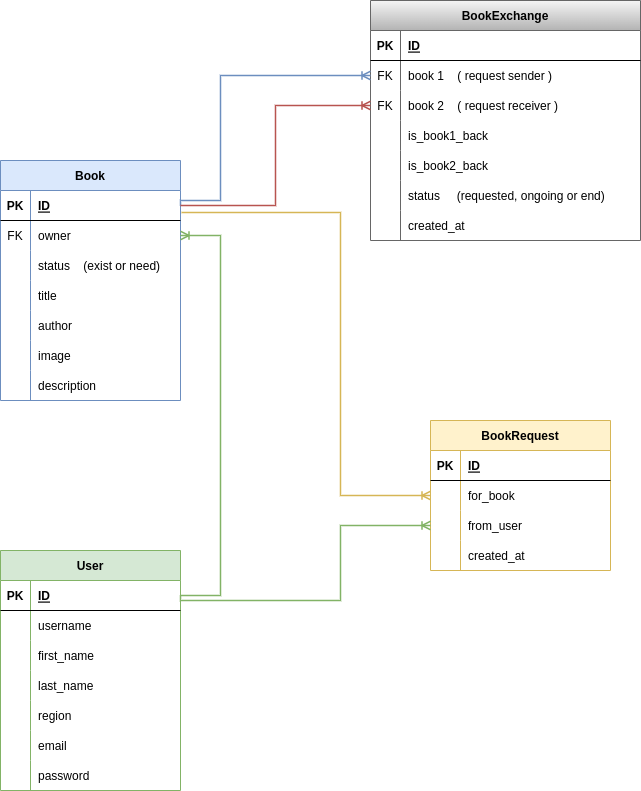
Above: Book_Exchange.drawio.png in sobirjonovme/book_exchange_api (draw.io), before the change. Source tidied: cells renumbered, new cells last; positions are measured from the earlier drawing's top-left corner, leaving out a move shared by most shapes.
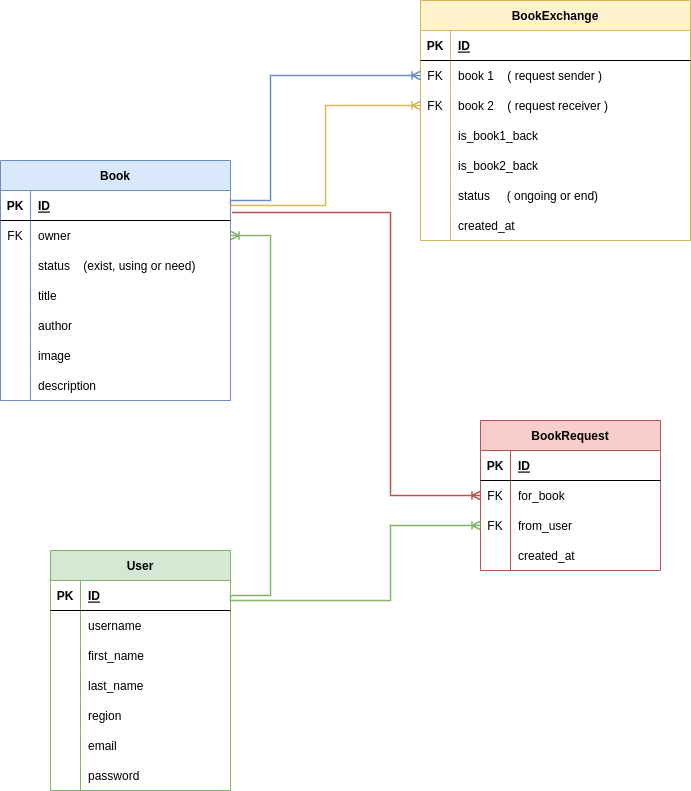
After the commit.

The edit, as a diff of the source:
```diff
@@ -69,70 +69,70 @@
       <mxGeometry x="30" width="150" height="30" as="geometry" />
     </mxCell>
     <mxCell id="24" value="Book" style="shape=table;startSize=30;rowLines=0;fontStyle=1;align=center;fillColor=#dae8fc;strokeColor=#6c8ebf;" parent="1" vertex="1">
-      <mxGeometry y="160" width="180" height="240" as="geometry" />
+      <mxGeometry x="-50" y="160" width="230" height="240" as="geometry" />
     </mxCell>
     <mxCell id="25" style="shape=tableRow;horizontal=0;startSize=0;swimlaneHead=0;swimlaneBody=0;fillColor=none;points=[[0,0.5],[1,0.5]];portConstraint=eastwest;top=0;left=0;right=0;bottom=1;" parent="24" vertex="1">
-      <mxGeometry y="30" width="180" height="30" as="geometry" />
+      <mxGeometry y="30" width="230" height="30" as="geometry" />
     </mxCell>
     <mxCell id="26" value="PK" style="shape=partialRectangle;fillColor=none;top=0;left=0;bottom=0;right=0;fontStyle=1;overflow=hidden;" parent="25" vertex="1">
       <mxGeometry width="30" height="30" as="geometry" />
     </mxCell>
     <mxCell id="27" value="ID" style="shape=partialRectangle;fillColor=none;top=0;left=0;bottom=0;right=0;align=left;spacingLeft=6;fontStyle=5;overflow=hidden;" parent="25" vertex="1">
-      <mxGeometry x="30" width="150" height="30" as="geometry" />
+      <mxGeometry x="30" width="200" height="30" as="geometry" />
     </mxCell>
     <mxCell id="28" style="shape=tableRow;horizontal=0;startSize=0;swimlaneHead=0;swimlaneBody=0;fillColor=none;points=[[0,0.5],[1,0.5]];portConstraint=eastwest;top=0;left=0;right=0;bottom=0;" parent="24" vertex="1">
-      <mxGeometry y="60" width="180" height="30" as="geometry" />
+      <mxGeometry y="60" width="230" height="30" as="geometry" />
     </mxCell>
     <mxCell id="29" value="FK" style="shape=partialRectangle;fillColor=none;top=0;left=0;bottom=0;right=0;overflow=hidden;" parent="28" vertex="1">
       <mxGeometry width="30" height="30" as="geometry" />
     </mxCell>
     <mxCell id="30" value="owner" style="shape=partialRectangle;fillColor=none;top=0;left=0;bottom=0;right=0;align=left;spacingLeft=6;overflow=hidden;" parent="28" vertex="1">
-      <mxGeometry x="30" width="150" height="30" as="geometry" />
+      <mxGeometry x="30" width="200" height="30" as="geometry" />
     </mxCell>
     <mxCell id="31" style="shape=tableRow;horizontal=0;startSize=0;swimlaneHead=0;swimlaneBody=0;fillColor=none;top=0;left=0;right=0;bottom=0;" parent="24" vertex="1">
-      <mxGeometry y="90" width="180" height="30" as="geometry" />
+      <mxGeometry y="90" width="230" height="30" as="geometry" />
     </mxCell>
     <mxCell id="32" style="shape=partialRectangle;fillColor=none;top=0;left=0;bottom=0;right=0;overflow=hidden;" parent="31" vertex="1">
       <mxGeometry width="30" height="30" as="geometry" />
     </mxCell>
-    <mxCell id="33" value="status    (exist or need)" style="shape=partialRectangle;fillColor=none;top=0;left=0;bottom=0;right=0;align=left;spacingLeft=6;overflow=hidden;" parent="31" vertex="1">
-      <mxGeometry x="30" width="150" height="30" as="geometry" />
+    <mxCell id="33" value="status    (exist, using or need)" style="shape=partialRectangle;fillColor=none;top=0;left=0;bottom=0;right=0;align=left;spacingLeft=6;overflow=hidden;" parent="31" vertex="1">
+      <mxGeometry x="30" width="200" height="30" as="geometry" />
     </mxCell>
     <mxCell id="34" style="shape=tableRow;horizontal=0;startSize=0;swimlaneHead=0;swimlaneBody=0;fillColor=none;top=0;left=0;right=0;bottom=0;" parent="24" vertex="1">
-      <mxGeometry y="120" width="180" height="30" as="geometry" />
+      <mxGeometry y="120" width="230" height="30" as="geometry" />
     </mxCell>
     <mxCell id="35" style="shape=partialRectangle;fillColor=none;top=0;left=0;bottom=0;right=0;overflow=hidden;" parent="34" vertex="1">
       <mxGeometry width="30" height="30" as="geometry" />
     </mxCell>
     <mxCell id="36" value="title" style="shape=partialRectangle;fillColor=none;top=0;left=0;bottom=0;right=0;align=left;spacingLeft=6;overflow=hidden;" parent="34" vertex="1">
-      <mxGeometry x="30" width="150" height="30" as="geometry" />
+      <mxGeometry x="30" width="200" height="30" as="geometry" />
     </mxCell>
     <mxCell id="37" style="shape=tableRow;horizontal=0;startSize=0;swimlaneHead=0;swimlaneBody=0;fillColor=none;top=0;left=0;right=0;bottom=0;" parent="24" vertex="1">
-      <mxGeometry y="150" width="180" height="30" as="geometry" />
+      <mxGeometry y="150" width="230" height="30" as="geometry" />
     </mxCell>
     <mxCell id="38" style="shape=partialRectangle;fillColor=none;top=0;left=0;bottom=0;right=0;overflow=hidden;" parent="37" vertex="1">
       <mxGeometry width="30" height="30" as="geometry" />
     </mxCell>
     <mxCell id="39" value="author" style="shape=partialRectangle;fillColor=none;top=0;left=0;bottom=0;right=0;align=left;spacingLeft=6;overflow=hidden;" parent="37" vertex="1">
-      <mxGeometry x="30" width="150" height="30" as="geometry" />
+      <mxGeometry x="30" width="200" height="30" as="geometry" />
     </mxCell>
     <mxCell id="40" style="shape=tableRow;horizontal=0;startSize=0;swimlaneHead=0;swimlaneBody=0;fillColor=none;top=0;left=0;right=0;bottom=0;" parent="24" vertex="1">
-      <mxGeometry y="180" width="180" height="30" as="geometry" />
+      <mxGeometry y="180" width="230" height="30" as="geometry" />
     </mxCell>
     <mxCell id="41" style="shape=partialRectangle;fillColor=none;top=0;left=0;bottom=0;right=0;overflow=hidden;" parent="40" vertex="1">
       <mxGeometry width="30" height="30" as="geometry" />
     </mxCell>
     <mxCell id="42" value="image" style="shape=partialRectangle;fillColor=none;top=0;left=0;bottom=0;right=0;align=left;spacingLeft=6;overflow=hidden;" parent="40" vertex="1">
-      <mxGeometry x="30" width="150" height="30" as="geometry" />
+      <mxGeometry x="30" width="200" height="30" as="geometry" />
     </mxCell>
     <mxCell id="43" style="shape=tableRow;horizontal=0;startSize=0;swimlaneHead=0;swimlaneBody=0;fillColor=none;top=0;left=0;right=0;bottom=0;" parent="24" vertex="1">
-      <mxGeometry y="210" width="180" height="30" as="geometry" />
+      <mxGeometry y="210" width="230" height="30" as="geometry" />
     </mxCell>
     <mxCell id="44" style="shape=partialRectangle;fillColor=none;top=0;left=0;bottom=0;right=0;overflow=hidden;" parent="43" vertex="1">
       <mxGeometry width="30" height="30" as="geometry" />
     </mxCell>
     <mxCell id="45" value="description" style="shape=partialRectangle;fillColor=none;top=0;left=0;bottom=0;right=0;align=left;spacingLeft=6;overflow=hidden;" parent="43" vertex="1">
-      <mxGeometry x="30" width="150" height="30" as="geometry" />
+      <mxGeometry x="30" width="200" height="30" as="geometry" />
     </mxCell>
     <mxCell id="46" style="fontSize=12;html=1;endArrow=ERoneToMany;rounded=0;exitX=1;exitY=0.5;exitDx=0;exitDy=0;fillColor=#d5e8d4;strokeColor=#82b366;strokeWidth=1.5;entryX=1;entryY=0.5;entryDx=0;entryDy=0;edgeStyle=orthogonalEdgeStyle;" parent="1" edge="1" source="3" target="28">
       <mxGeometry relative="1" as="geometry">
@@ -142,7 +142,7 @@
         </Array>
       </mxGeometry>
     </mxCell>
-    <mxCell id="47" value="BookExchange" style="shape=table;startSize=30;rowLines=0;fontStyle=1;align=center;fillColor=#f5f5f5;gradientColor=#b3b3b3;strokeColor=#666666;" parent="1" vertex="1">
+    <mxCell id="47" value="BookExchange" style="shape=table;startSize=30;rowLines=0;fontStyle=1;align=center;fillColor=#fff2cc;strokeColor=#d6b656;" parent="1" vertex="1">
       <mxGeometry x="370" width="270" height="240" as="geometry" />
     </mxCell>
     <mxCell id="48" style="shape=tableRow;horizontal=0;startSize=0;swimlaneHead=0;swimlaneBody=0;fillColor=none;top=0;left=0;right=0;bottom=1;" parent="47" vertex="1">
@@ -196,7 +196,7 @@
     <mxCell id="64" style="shape=partialRectangle;fillColor=none;top=0;left=0;bottom=0;right=0;overflow=hidden;" parent="63" vertex="1">
       <mxGeometry width="30" height="30" as="geometry" />
     </mxCell>
-    <mxCell id="65" value="status     (requested, ongoing or end)" style="shape=partialRectangle;fillColor=none;top=0;left=0;bottom=0;right=0;align=left;spacingLeft=6;overflow=hidden;" parent="63" vertex="1">
+    <mxCell id="65" value="status     ( ongoing or end)" style="shape=partialRectangle;fillColor=none;top=0;left=0;bottom=0;right=0;align=left;spacingLeft=6;overflow=hidden;" parent="63" vertex="1">
       <mxGeometry x="30" width="240" height="30" as="geometry" />
     </mxCell>
     <mxCell id="66" style="shape=tableRow;horizontal=0;startSize=0;swimlaneHead=0;swimlaneBody=0;fillColor=none;top=0;left=0;right=0;bottom=0;" parent="47" vertex="1">
@@ -217,10 +217,10 @@
         </Array>
       </mxGeometry>
     </mxCell>
-    <mxCell id="70" style="fontSize=12;html=1;endArrow=ERoneToMany;rounded=0;exitX=1;exitY=0.5;exitDx=0;exitDy=0;entryX=0;entryY=0.5;entryDx=0;entryDy=0;fillColor=#f8cecc;strokeColor=#b85450;edgeStyle=orthogonalEdgeStyle;strokeWidth=1.5;" parent="1" edge="1" source="25" target="54">
+    <mxCell id="70" style="fontSize=12;html=1;endArrow=ERoneToMany;rounded=0;exitX=1;exitY=0.5;exitDx=0;exitDy=0;entryX=0;entryY=0.5;entryDx=0;entryDy=0;fillColor=#fff2cc;strokeColor=#d6b656;edgeStyle=orthogonalEdgeStyle;strokeWidth=1.5;" parent="1" edge="1" source="25" target="54">
       <mxGeometry relative="1" as="geometry" />
     </mxCell>
-    <mxCell id="71" value="BookRequest" style="shape=table;startSize=30;rowLines=0;fontStyle=1;align=center;fillColor=#fff2cc;strokeColor=#d6b656;" parent="1" vertex="1">
+    <mxCell id="71" value="BookRequest" style="shape=table;startSize=30;rowLines=0;fontStyle=1;align=center;fillColor=#f8cecc;strokeColor=#b85450;" parent="1" vertex="1">
       <mxGeometry x="430" y="420" width="180" height="150" as="geometry" />
     </mxCell>
     <mxCell id="72" style="shape=tableRow;horizontal=0;startSize=0;swimlaneHead=0;swimlaneBody=0;fillColor=none;top=0;left=0;right=0;bottom=1;" parent="71" vertex="1">
@@ -235,7 +235,7 @@
     <mxCell id="75" style="shape=tableRow;horizontal=0;startSize=0;swimlaneHead=0;swimlaneBody=0;fillColor=none;points=[[0,0.5],[1,0.5]];portConstraint=eastwest;top=0;left=0;right=0;bottom=0;" parent="71" vertex="1">
       <mxGeometry y="60" width="180" height="30" as="geometry" />
     </mxCell>
-    <mxCell id="76" style="shape=partialRectangle;fillColor=none;top=0;left=0;bottom=0;right=0;overflow=hidden;" parent="75" vertex="1">
+    <mxCell id="76" value="FK" style="shape=partialRectangle;fillColor=none;top=0;left=0;bottom=0;right=0;overflow=hidden;" parent="75" vertex="1">
       <mxGeometry width="30" height="30" as="geometry" />
     </mxCell>
     <mxCell id="77" value="for_book" style="shape=partialRectangle;fillColor=none;top=0;left=0;bottom=0;right=0;align=left;spacingLeft=6;overflow=hidden;" parent="75" vertex="1">
@@ -244,7 +244,7 @@
     <mxCell id="78" style="shape=tableRow;horizontal=0;startSize=0;swimlaneHead=0;swimlaneBody=0;fillColor=none;points=[[0,0.5],[1,0.5]];portConstraint=eastwest;top=0;left=0;right=0;bottom=0;" parent="71" vertex="1">
       <mxGeometry y="90" width="180" height="30" as="geometry" />
     </mxCell>
-    <mxCell id="79" style="shape=partialRectangle;fillColor=none;top=0;left=0;bottom=0;right=0;overflow=hidden;" parent="78" vertex="1">
+    <mxCell id="79" value="FK" style="shape=partialRectangle;fillColor=none;top=0;left=0;bottom=0;right=0;overflow=hidden;" parent="78" vertex="1">
       <mxGeometry width="30" height="30" as="geometry" />
     </mxCell>
     <mxCell id="80" value="from_user" style="shape=partialRectangle;fillColor=none;top=0;left=0;bottom=0;right=0;align=left;spacingLeft=6;overflow=hidden;" parent="78" vertex="1">
@@ -259,7 +259,7 @@
     <mxCell id="83" value="created_at" style="shape=partialRectangle;fillColor=none;top=0;left=0;bottom=0;right=0;align=left;spacingLeft=6;overflow=hidden;" parent="81" vertex="1">
       <mxGeometry x="30" width="150" height="30" as="geometry" />
     </mxCell>
-    <mxCell id="84" style="edgeStyle=orthogonalEdgeStyle;fontSize=12;html=1;endArrow=ERoneToMany;rounded=0;exitX=1.006;exitY=0.733;exitDx=0;exitDy=0;exitPerimeter=0;entryX=0;entryY=0.5;entryDx=0;entryDy=0;fillColor=#fff2cc;strokeColor=#d6b656;strokeWidth=1.5;" parent="1" edge="1" source="25" target="75">
+    <mxCell id="84" style="edgeStyle=orthogonalEdgeStyle;fontSize=12;html=1;endArrow=ERoneToMany;rounded=0;exitX=1.006;exitY=0.733;exitDx=0;exitDy=0;exitPerimeter=0;entryX=0;entryY=0.5;entryDx=0;entryDy=0;fillColor=#f8cecc;strokeColor=#b85450;strokeWidth=1.5;" parent="1" edge="1" source="25" target="75">
       <mxGeometry relative="1" as="geometry">
         <Array as="points">
           <mxPoint x="340" y="212" />
```
